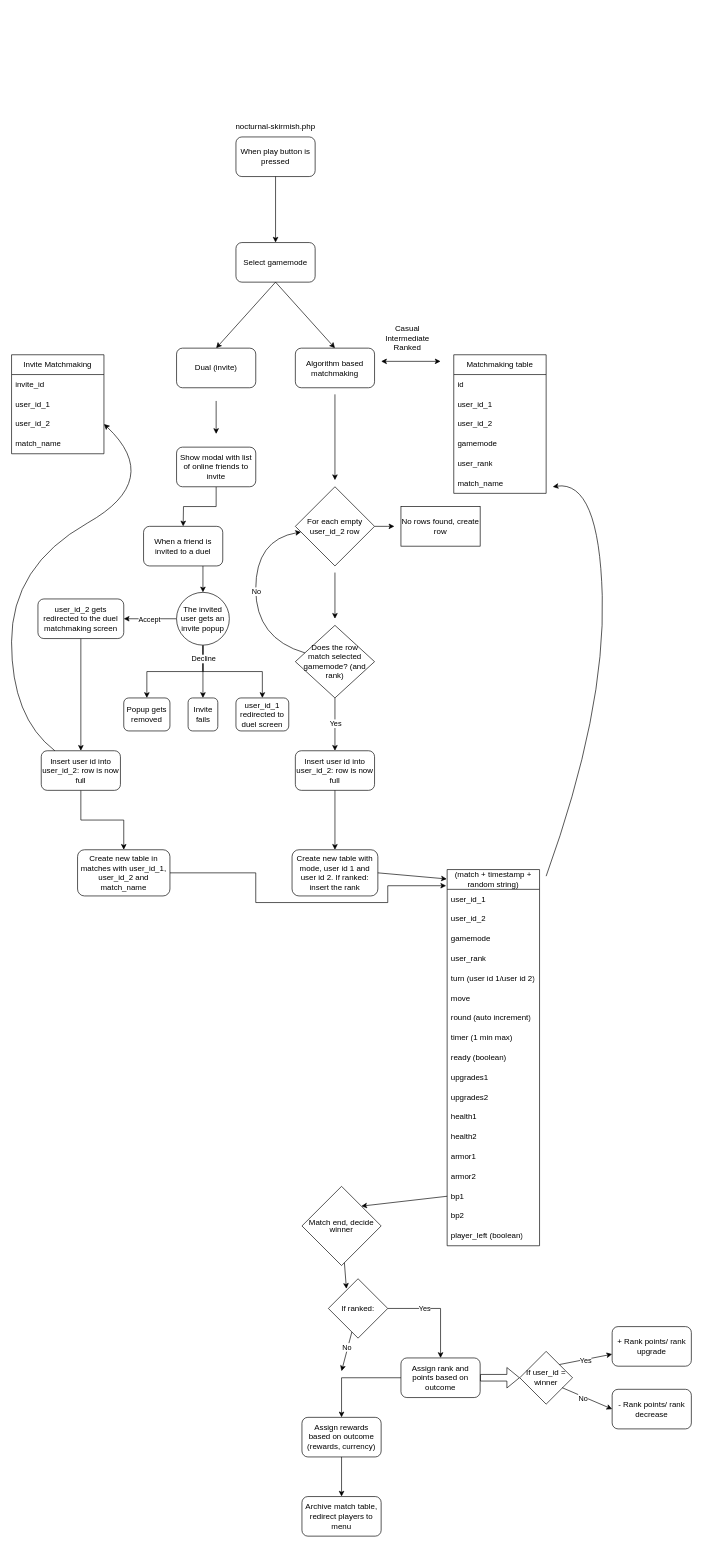
This is design_prototypes/flowcharts/gameflow.drawio from Nocturnal-Skirmish/Nocturnal-Skirmish-GameHub, a draw.io file, before an edit. Source tidied: cells renumbered, new cells numbered last; positions are measured from the earlier drawing's top-left corner, leaving out a move shared by most shapes. Both pictures are drawn from the tidied source at 66%, with x=0, y=0 at pixel (11, 117).
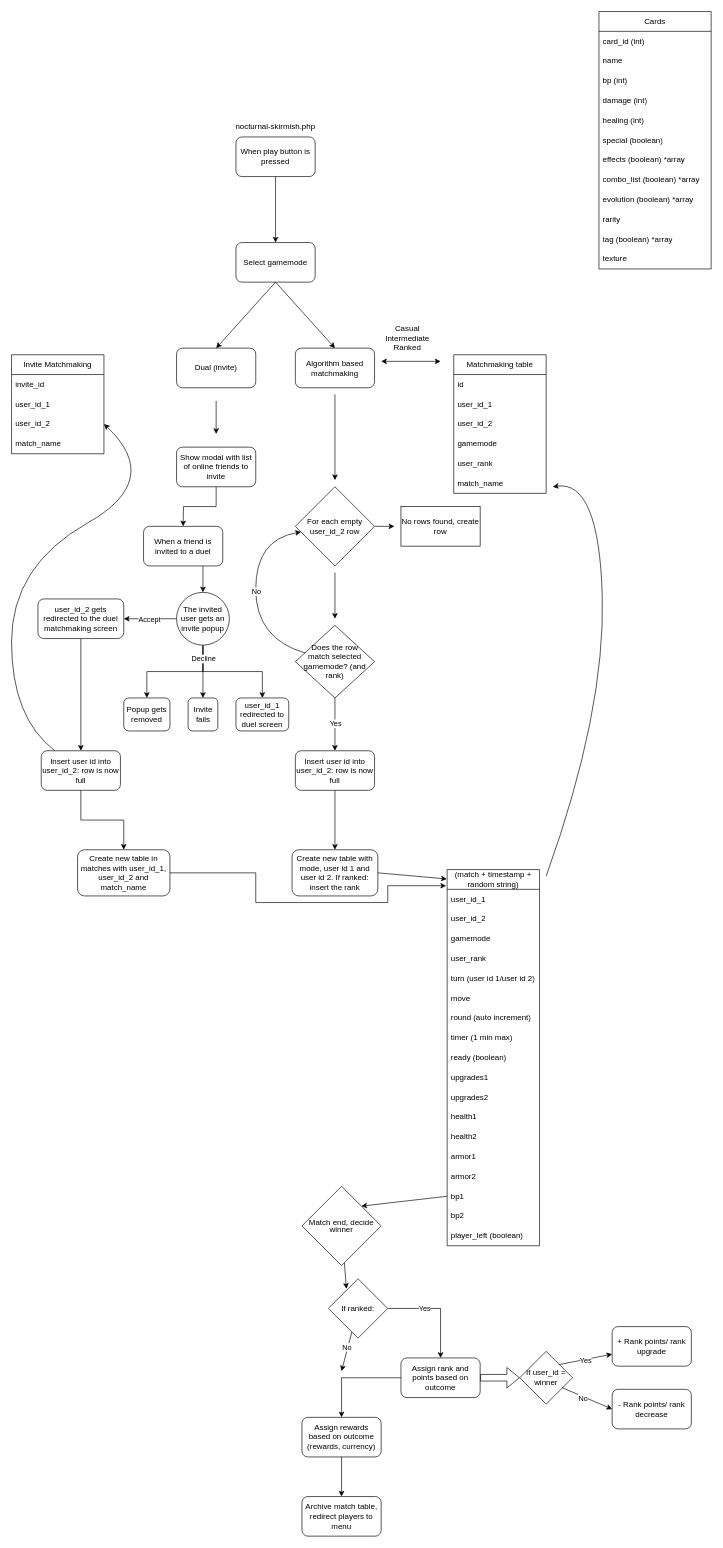
Above is the later version.

Diff of the diagram source:
```diff
@@
+    <mxCell id="101" value="Cards" style="swimlane;fontStyle=0;horizontal=1;startSize=30;whiteSpace=wrap;html=1;" parent="1" vertex="1">
+      <mxGeometry x="890" y="-160" width="170" height="390" as="geometry" />
+    </mxCell>
+    <mxCell id="102" value="card_id (int)" style="text;strokeColor=none;fillColor=none;align=left;verticalAlign=middle;spacingLeft=4;spacingRight=4;overflow=hidden;whiteSpace=wrap;html=1;" parent="101" vertex="1">
+      <mxGeometry y="30" width="170" height="30" as="geometry" />
+    </mxCell>
+    <mxCell id="103" value="name" style="text;strokeColor=none;fillColor=none;align=left;verticalAlign=middle;spacingLeft=4;spacingRight=4;overflow=hidden;whiteSpace=wrap;html=1;" parent="101" vertex="1">
+      <mxGeometry y="60" width="170" height="30" as="geometry" />
+    </mxCell>
+    <mxCell id="104" value="bp (int)" style="text;strokeColor=none;fillColor=none;align=left;verticalAlign=middle;spacingLeft=4;spacingRight=4;overflow=hidden;whiteSpace=wrap;html=1;" parent="101" vertex="1">
+      <mxGeometry y="90" width="170" height="30" as="geometry" />
+    </mxCell>
+    <mxCell id="105" value="damage (int)" style="text;strokeColor=none;fillColor=none;align=left;verticalAlign=middle;spacingLeft=4;spacingRight=4;overflow=hidden;whiteSpace=wrap;html=1;" parent="101" vertex="1">
+      <mxGeometry y="120" width="170" height="30" as="geometry" />
+    </mxCell>
+    <mxCell id="106" value="healing (int)" style="text;strokeColor=none;fillColor=none;align=left;verticalAlign=middle;spacingLeft=4;spacingRight=4;overflow=hidden;whiteSpace=wrap;html=1;" parent="101" vertex="1">
+      <mxGeometry y="150" width="170" height="30" as="geometry" />
+    </mxCell>
+    <mxCell id="107" value="special (boolean)" style="text;strokeColor=none;fillColor=none;align=left;verticalAlign=middle;spacingLeft=4;spacingRight=4;overflow=hidden;whiteSpace=wrap;html=1;" parent="101" vertex="1">
+      <mxGeometry y="180" width="170" height="30" as="geometry" />
+    </mxCell>
+    <mxCell id="108" value="effects (boolean) *array" style="text;strokeColor=none;fillColor=none;align=left;verticalAlign=middle;spacingLeft=4;spacingRight=4;overflow=hidden;whiteSpace=wrap;html=1;" parent="101" vertex="1">
+      <mxGeometry y="210" width="170" height="30" as="geometry" />
+    </mxCell>
+    <mxCell id="109" value="combo_list (boolean) *array" style="text;strokeColor=none;fillColor=none;align=left;verticalAlign=middle;spacingLeft=4;spacingRight=4;overflow=hidden;whiteSpace=wrap;html=1;" parent="101" vertex="1">
+      <mxGeometry y="240" width="170" height="30" as="geometry" />
+    </mxCell>
+    <mxCell id="110" value="evolution (boolean) *array" style="text;strokeColor=none;fillColor=none;align=left;verticalAlign=middle;spacingLeft=4;spacingRight=4;overflow=hidden;whiteSpace=wrap;html=1;" parent="101" vertex="1">
+      <mxGeometry y="270" width="170" height="30" as="geometry" />
+    </mxCell>
+    <mxCell id="111" value="rarity" style="text;strokeColor=none;fillColor=none;align=left;verticalAlign=middle;spacingLeft=4;spacingRight=4;overflow=hidden;whiteSpace=wrap;html=1;" parent="101" vertex="1">
+      <mxGeometry y="300" width="170" height="30" as="geometry" />
+    </mxCell>
+    <mxCell id="112" value="tag (boolean) *array" style="text;strokeColor=none;fillColor=none;align=left;verticalAlign=middle;spacingLeft=4;spacingRight=4;overflow=hidden;whiteSpace=wrap;html=1;" parent="101" vertex="1">
+      <mxGeometry y="330" width="170" height="30" as="geometry" />
+    </mxCell>
+    <mxCell id="113" value="texture" style="text;strokeColor=none;fillColor=none;align=left;verticalAlign=middle;spacingLeft=4;spacingRight=4;overflow=hidden;whiteSpace=wrap;html=1;" parent="101" vertex="1">
+      <mxGeometry y="360" width="170" height="30" as="geometry" />
+    </mxCell>
```
